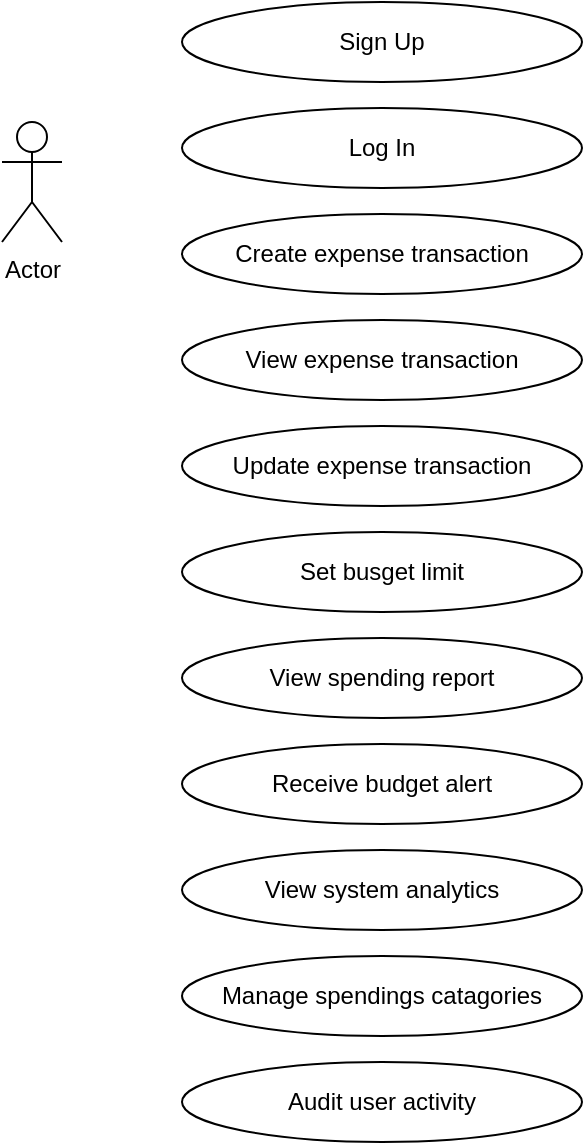
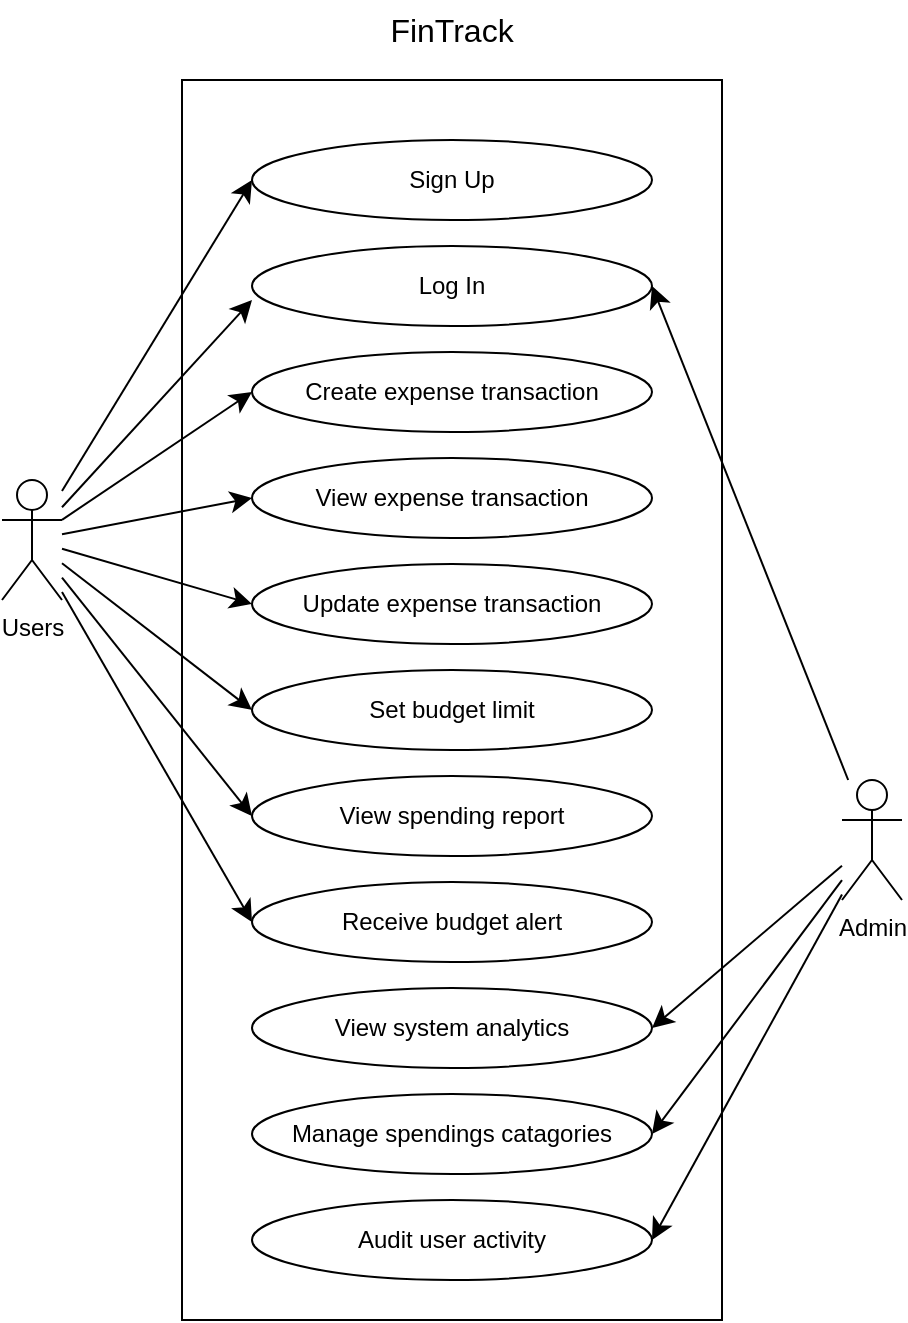
<mxfile host="app.diagrams.net" agent="Mozilla/5.0 (Windows NT 10.0; Win64; x64) AppleWebKit/537.36 (KHTML, like Gecko) Chrome/146.0.0.0 Safari/537.36 Edg/146.0.0.0" version="29.6.1">
  <diagram name="Page-1" id="8uQwppeBcwXr1y3zFnnF">
-     <mxGraphModel dx="996" dy="686" grid="1" gridSize="10" guides="1" tooltips="1" connect="1" arrows="1" fold="1" page="1" pageScale="1" pageWidth="1169" pageHeight="827" math="0" shadow="0">
+     <mxGraphModel dx="1172" dy="807" grid="1" gridSize="10" guides="1" tooltips="1" connect="1" arrows="1" fold="1" page="1" pageScale="1" pageWidth="1169" pageHeight="827" math="0" shadow="0">
      <root>
        <mxCell id="0" />
        <mxCell id="1" parent="0" />
-         <mxCell id="zbfaMZPcn386mKmVb-Fk-2" parent="1" style="shape=umlActor;verticalLabelPosition=bottom;verticalAlign=top;html=1;outlineConnect=0;" value="Actor" vertex="1">
-           <mxGeometry height="60" width="30" x="50" y="140" as="geometry" />
+         <mxCell id="e-p8OkxeEL7VccoDvhyp-18" parent="1" style="rounded=0;whiteSpace=wrap;html=1;fillColor=none;" value="" vertex="1">
+           <mxGeometry height="620" width="270" x="320" y="80" as="geometry" />
+         </mxCell>
+         <mxCell id="e-p8OkxeEL7VccoDvhyp-5" edge="1" parent="1" source="zbfaMZPcn386mKmVb-Fk-2" style="edgeStyle=none;curved=1;rounded=0;orthogonalLoop=1;jettySize=auto;html=1;entryX=0;entryY=0.5;entryDx=0;entryDy=0;fontSize=12;startSize=8;endSize=8;" target="zbfaMZPcn386mKmVb-Fk-5">
+           <mxGeometry relative="1" as="geometry" />
+         </mxCell>
+         <mxCell id="e-p8OkxeEL7VccoDvhyp-6" edge="1" parent="1" source="zbfaMZPcn386mKmVb-Fk-2" style="edgeStyle=none;curved=1;rounded=0;orthogonalLoop=1;jettySize=auto;html=1;entryX=0;entryY=0.5;entryDx=0;entryDy=0;fontSize=12;startSize=8;endSize=8;" target="zbfaMZPcn386mKmVb-Fk-3">
+           <mxGeometry relative="1" as="geometry" />
+         </mxCell>
+         <mxCell id="e-p8OkxeEL7VccoDvhyp-7" edge="1" parent="1" source="zbfaMZPcn386mKmVb-Fk-2" style="edgeStyle=none;curved=1;rounded=0;orthogonalLoop=1;jettySize=auto;html=1;entryX=0;entryY=0.5;entryDx=0;entryDy=0;fontSize=12;startSize=8;endSize=8;" target="zbfaMZPcn386mKmVb-Fk-6">
+           <mxGeometry relative="1" as="geometry" />
+         </mxCell>
+         <mxCell id="e-p8OkxeEL7VccoDvhyp-8" edge="1" parent="1" source="zbfaMZPcn386mKmVb-Fk-2" style="edgeStyle=none;curved=1;rounded=0;orthogonalLoop=1;jettySize=auto;html=1;entryX=0;entryY=0.5;entryDx=0;entryDy=0;fontSize=12;startSize=8;endSize=8;" target="zbfaMZPcn386mKmVb-Fk-7">
+           <mxGeometry relative="1" as="geometry" />
+         </mxCell>
+         <mxCell id="e-p8OkxeEL7VccoDvhyp-9" edge="1" parent="1" source="zbfaMZPcn386mKmVb-Fk-2" style="edgeStyle=none;curved=1;rounded=0;orthogonalLoop=1;jettySize=auto;html=1;entryX=0;entryY=0.5;entryDx=0;entryDy=0;fontSize=12;startSize=8;endSize=8;" target="zbfaMZPcn386mKmVb-Fk-8">
+           <mxGeometry relative="1" as="geometry" />
+         </mxCell>
+         <mxCell id="e-p8OkxeEL7VccoDvhyp-10" edge="1" parent="1" source="zbfaMZPcn386mKmVb-Fk-2" style="edgeStyle=none;curved=1;rounded=0;orthogonalLoop=1;jettySize=auto;html=1;entryX=0;entryY=0.5;entryDx=0;entryDy=0;fontSize=12;startSize=8;endSize=8;" target="zbfaMZPcn386mKmVb-Fk-9">
+           <mxGeometry relative="1" as="geometry" />
+         </mxCell>
+         <mxCell id="e-p8OkxeEL7VccoDvhyp-11" edge="1" parent="1" source="zbfaMZPcn386mKmVb-Fk-2" style="edgeStyle=none;curved=1;rounded=0;orthogonalLoop=1;jettySize=auto;html=1;entryX=0;entryY=0.5;entryDx=0;entryDy=0;fontSize=12;startSize=8;endSize=8;" target="zbfaMZPcn386mKmVb-Fk-10">
+           <mxGeometry relative="1" as="geometry" />
+         </mxCell>
+         <mxCell id="zbfaMZPcn386mKmVb-Fk-2" parent="1" style="shape=umlActor;verticalLabelPosition=bottom;verticalAlign=top;html=1;outlineConnect=0;" value="Users" vertex="1">
+           <mxGeometry height="60" width="30" x="230" y="280" as="geometry" />
        </mxCell>
        <mxCell id="zbfaMZPcn386mKmVb-Fk-3" parent="1" style="ellipse;whiteSpace=wrap;html=1;" value="Sign Up" vertex="1">
-           <mxGeometry height="40" width="200" x="140" y="80" as="geometry" />
+           <mxGeometry height="40" width="200" x="355" y="110" as="geometry" />
        </mxCell>
        <mxCell id="zbfaMZPcn386mKmVb-Fk-4" parent="1" style="ellipse;whiteSpace=wrap;html=1;" value="Log In" vertex="1">
-           <mxGeometry height="40" width="200" x="140" y="133" as="geometry" />
+           <mxGeometry height="40" width="200" x="355" y="163" as="geometry" />
        </mxCell>
        <mxCell id="zbfaMZPcn386mKmVb-Fk-5" parent="1" style="ellipse;whiteSpace=wrap;html=1;" value="Create expense transaction" vertex="1">
-           <mxGeometry height="40" width="200" x="140" y="186" as="geometry" />
+           <mxGeometry height="40" width="200" x="355" y="216" as="geometry" />
        </mxCell>
        <mxCell id="zbfaMZPcn386mKmVb-Fk-6" parent="1" style="ellipse;whiteSpace=wrap;html=1;" value="View expense transaction" vertex="1">
-           <mxGeometry height="40" width="200" x="140" y="239" as="geometry" />
+           <mxGeometry height="40" width="200" x="355" y="269" as="geometry" />
        </mxCell>
        <mxCell id="zbfaMZPcn386mKmVb-Fk-7" parent="1" style="ellipse;whiteSpace=wrap;html=1;" value="Update expense transaction" vertex="1">
-           <mxGeometry height="40" width="200" x="140" y="292" as="geometry" />
+           <mxGeometry height="40" width="200" x="355" y="322" as="geometry" />
        </mxCell>
-         <mxCell id="zbfaMZPcn386mKmVb-Fk-8" parent="1" style="ellipse;whiteSpace=wrap;html=1;" value="Set busget limit" vertex="1">
-           <mxGeometry height="40" width="200" x="140" y="345" as="geometry" />
+         <mxCell id="zbfaMZPcn386mKmVb-Fk-8" parent="1" style="ellipse;whiteSpace=wrap;html=1;" value="Set budget limit" vertex="1">
+           <mxGeometry height="40" width="200" x="355" y="375" as="geometry" />
        </mxCell>
        <mxCell id="zbfaMZPcn386mKmVb-Fk-9" parent="1" style="ellipse;whiteSpace=wrap;html=1;" value="View spending report" vertex="1">
-           <mxGeometry height="40" width="200" x="140" y="398" as="geometry" />
+           <mxGeometry height="40" width="200" x="355" y="428" as="geometry" />
        </mxCell>
        <mxCell id="zbfaMZPcn386mKmVb-Fk-10" parent="1" style="ellipse;whiteSpace=wrap;html=1;" value="Receive budget alert" vertex="1">
-           <mxGeometry height="40" width="200" x="140" y="451" as="geometry" />
+           <mxGeometry height="40" width="200" x="355" y="481" as="geometry" />
        </mxCell>
        <mxCell id="zbfaMZPcn386mKmVb-Fk-11" parent="1" style="ellipse;whiteSpace=wrap;html=1;" value="View system analytics" vertex="1">
-           <mxGeometry height="40" width="200" x="140" y="504" as="geometry" />
+           <mxGeometry height="40" width="200" x="355" y="534" as="geometry" />
        </mxCell>
        <mxCell id="zbfaMZPcn386mKmVb-Fk-12" parent="1" style="ellipse;whiteSpace=wrap;html=1;" value="Manage spendings catagories" vertex="1">
-           <mxGeometry height="40" width="200" x="140" y="557" as="geometry" />
+           <mxGeometry height="40" width="200" x="355" y="587" as="geometry" />
        </mxCell>
        <mxCell id="zbfaMZPcn386mKmVb-Fk-13" parent="1" style="ellipse;whiteSpace=wrap;html=1;" value="Audit user activity" vertex="1">
-           <mxGeometry height="40" width="200" x="140" y="610" as="geometry" />
+           <mxGeometry height="40" width="200" x="355" y="640" as="geometry" />
+         </mxCell>
+         <mxCell id="e-p8OkxeEL7VccoDvhyp-4" edge="1" parent="1" source="zbfaMZPcn386mKmVb-Fk-2" style="edgeStyle=none;curved=1;rounded=0;orthogonalLoop=1;jettySize=auto;html=1;entryX=0;entryY=0.675;entryDx=0;entryDy=0;entryPerimeter=0;fontSize=12;startSize=8;endSize=8;" target="zbfaMZPcn386mKmVb-Fk-4">
+           <mxGeometry relative="1" as="geometry" />
+         </mxCell>
+         <mxCell id="e-p8OkxeEL7VccoDvhyp-13" edge="1" parent="1" source="e-p8OkxeEL7VccoDvhyp-12" style="edgeStyle=none;curved=1;rounded=0;orthogonalLoop=1;jettySize=auto;html=1;entryX=1;entryY=0.5;entryDx=0;entryDy=0;fontSize=12;startSize=8;endSize=8;" target="zbfaMZPcn386mKmVb-Fk-13">
+           <mxGeometry relative="1" as="geometry" />
+         </mxCell>
+         <mxCell id="e-p8OkxeEL7VccoDvhyp-14" edge="1" parent="1" source="e-p8OkxeEL7VccoDvhyp-12" style="edgeStyle=none;curved=1;rounded=0;orthogonalLoop=1;jettySize=auto;html=1;entryX=1;entryY=0.5;entryDx=0;entryDy=0;fontSize=12;startSize=8;endSize=8;" target="zbfaMZPcn386mKmVb-Fk-12">
+           <mxGeometry relative="1" as="geometry" />
+         </mxCell>
+         <mxCell id="e-p8OkxeEL7VccoDvhyp-15" edge="1" parent="1" source="e-p8OkxeEL7VccoDvhyp-12" style="edgeStyle=none;curved=1;rounded=0;orthogonalLoop=1;jettySize=auto;html=1;entryX=1;entryY=0.5;entryDx=0;entryDy=0;fontSize=12;startSize=8;endSize=8;" target="zbfaMZPcn386mKmVb-Fk-11">
+           <mxGeometry relative="1" as="geometry" />
+         </mxCell>
+         <mxCell id="e-p8OkxeEL7VccoDvhyp-16" edge="1" parent="1" source="e-p8OkxeEL7VccoDvhyp-12" style="edgeStyle=none;curved=1;rounded=0;orthogonalLoop=1;jettySize=auto;html=1;entryX=1;entryY=0.5;entryDx=0;entryDy=0;fontSize=12;startSize=8;endSize=8;" target="zbfaMZPcn386mKmVb-Fk-4">
+           <mxGeometry relative="1" as="geometry" />
+         </mxCell>
+         <mxCell id="e-p8OkxeEL7VccoDvhyp-12" parent="1" style="shape=umlActor;verticalLabelPosition=bottom;verticalAlign=top;html=1;outlineConnect=0;" value="Admin" vertex="1">
+           <mxGeometry height="60" width="30" x="650" y="430" as="geometry" />
+         </mxCell>
+         <mxCell id="e-p8OkxeEL7VccoDvhyp-19" parent="1" style="text;html=1;whiteSpace=wrap;strokeColor=none;fillColor=none;align=center;verticalAlign=middle;rounded=0;fontSize=16;" value="FinTrack" vertex="1">
+           <mxGeometry height="30" width="60" x="425" y="40" as="geometry" />
        </mxCell>
      </root>
    </mxGraphModel>
  </diagram>
</mxfile>
